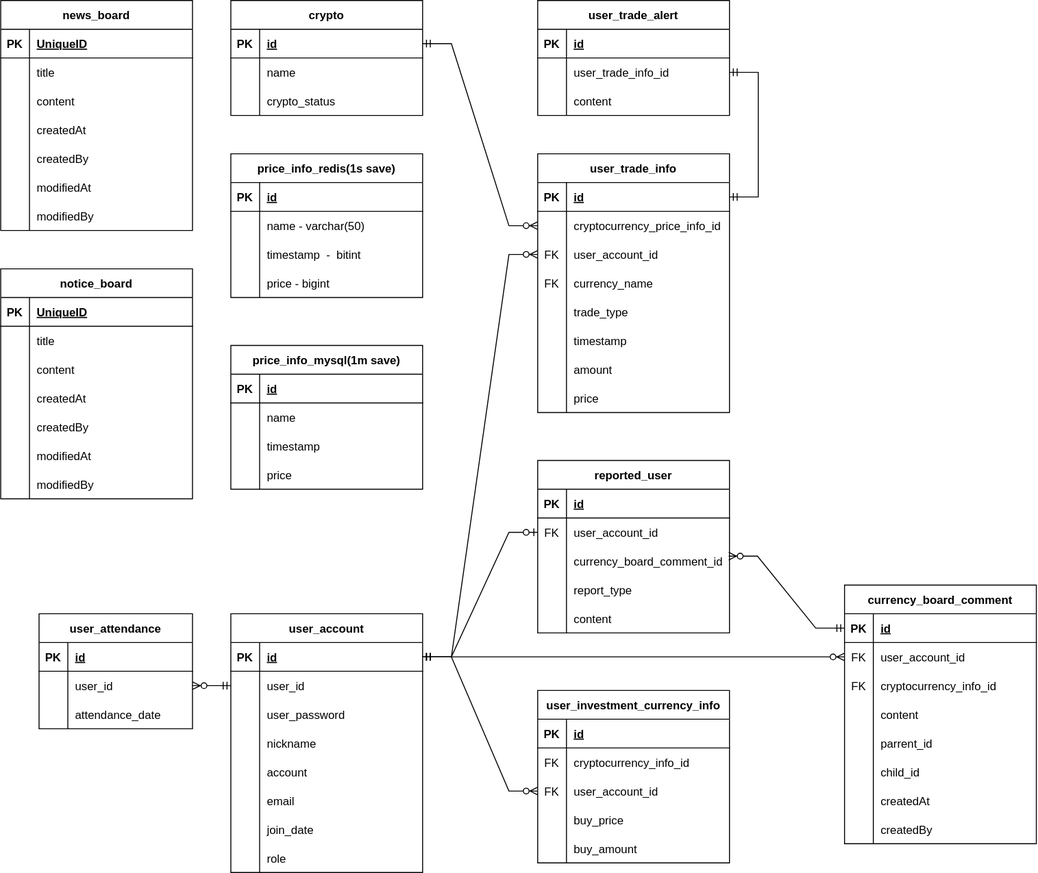
Earlier version of the draw.io export document/erd.svg (O0oO0Oo/Bitcoin-Simulated-Investment-BE). Source tidied: cells renumbered, new cells last; positions are measured from the earlier drawing's top-left corner, leaving out a move shared by most shapes.
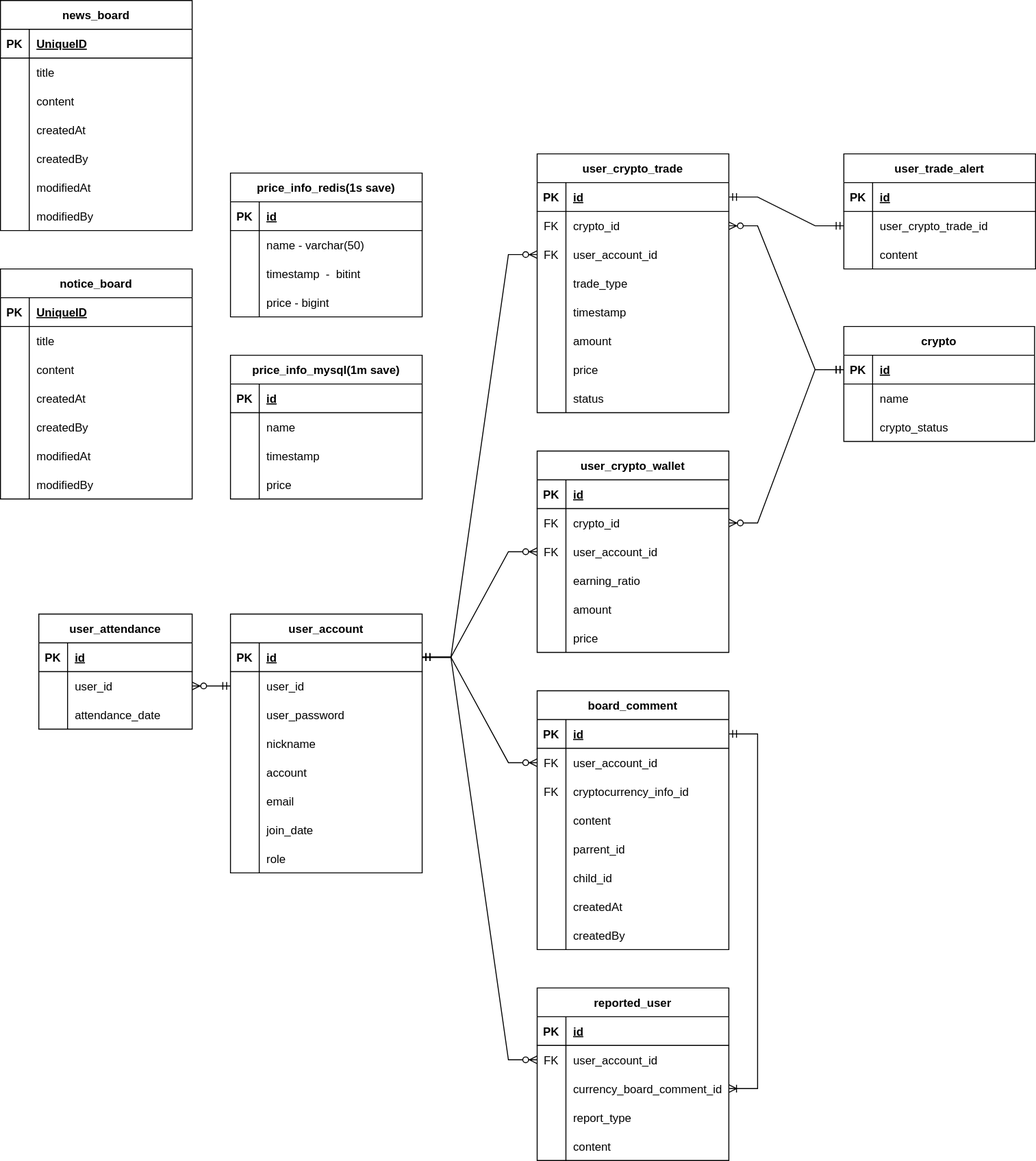
The same diagram one commit later.

What changed in the source:
```diff
@@ -79,4 +79,4 @@
     </mxCell>
-    <mxCell id="27" value="currency_board_comment" style="shape=table;startSize=30;rowLines=0;fontStyle=1;align=center;" parent="1" vertex="1">
-      <mxGeometry x="880" y="610" width="200" height="270" as="geometry" />
+    <mxCell id="27" value="board_comment" style="shape=table;startSize=30;rowLines=0;fontStyle=1;align=center;" parent="1" vertex="1">
+      <mxGeometry x="560" y="720" width="200" height="270" as="geometry" />
     </mxCell>
@@ -287,3 +287,3 @@
     <mxCell id="96" value="price_info_mysql(1m save)" style="shape=table;startSize=30;rowLines=0;fontStyle=1;align=center;" parent="1" vertex="1">
-      <mxGeometry x="240" y="360" width="200" height="150" as="geometry" />
+      <mxGeometry x="240" y="370" width="200" height="150" as="geometry" />
     </mxCell>
@@ -325,52 +325,4 @@
     </mxCell>
-    <mxCell id="109" value="user_investment_currency_info" style="shape=table;startSize=30;rowLines=0;fontStyle=1;align=center;" parent="1" vertex="1">
-      <mxGeometry x="560" y="720" width="200" height="180" as="geometry" />
-    </mxCell>
-    <mxCell id="110" style="shape=tableRow;horizontal=0;startSize=0;swimlaneHead=0;swimlaneBody=0;fillColor=none;top=0;left=0;right=0;bottom=1;" parent="109" vertex="1">
-      <mxGeometry y="30" width="200" height="30" as="geometry" />
-    </mxCell>
-    <mxCell id="111" value="PK" style="shape=partialRectangle;fillColor=none;top=0;left=0;bottom=0;right=0;fontStyle=1;overflow=hidden;" parent="110" vertex="1">
-      <mxGeometry width="30" height="30" as="geometry" />
-    </mxCell>
-    <mxCell id="112" value="id" style="shape=partialRectangle;fillColor=none;top=0;left=0;bottom=0;right=0;align=left;spacingLeft=6;fontStyle=5;overflow=hidden;" parent="110" vertex="1">
-      <mxGeometry x="30" width="170" height="30" as="geometry" />
-    </mxCell>
-    <mxCell id="113" style="shape=tableRow;horizontal=0;startSize=0;swimlaneHead=0;swimlaneBody=0;fillColor=none;points=[[0,0.5],[1,0.5]];portConstraint=eastwest;top=0;left=0;right=0;bottom=0;" parent="109" vertex="1">
-      <mxGeometry y="60" width="200" height="30" as="geometry" />
-    </mxCell>
-    <mxCell id="114" value="FK" style="shape=partialRectangle;fillColor=none;top=0;left=0;bottom=0;right=0;overflow=hidden;" parent="113" vertex="1">
-      <mxGeometry width="30" height="30" as="geometry" />
-    </mxCell>
-    <mxCell id="115" value="cryptocurrency_info_id" style="shape=partialRectangle;fillColor=none;top=0;left=0;bottom=0;right=0;align=left;spacingLeft=6;overflow=hidden;" parent="113" vertex="1">
-      <mxGeometry x="30" width="170" height="30" as="geometry" />
-    </mxCell>
-    <mxCell id="116" style="shape=tableRow;horizontal=0;startSize=0;swimlaneHead=0;swimlaneBody=0;fillColor=none;points=[[0,0.5],[1,0.5]];portConstraint=eastwest;top=0;left=0;right=0;bottom=0;" parent="109" vertex="1">
-      <mxGeometry y="90" width="200" height="30" as="geometry" />
-    </mxCell>
-    <mxCell id="117" value="FK" style="shape=partialRectangle;fillColor=none;top=0;left=0;bottom=0;right=0;overflow=hidden;" parent="116" vertex="1">
-      <mxGeometry width="30" height="30" as="geometry" />
-    </mxCell>
-    <mxCell id="118" value="user_account_id" style="shape=partialRectangle;fillColor=none;top=0;left=0;bottom=0;right=0;align=left;spacingLeft=6;overflow=hidden;" parent="116" vertex="1">
-      <mxGeometry x="30" width="170" height="30" as="geometry" />
-    </mxCell>
-    <mxCell id="119" style="shape=tableRow;horizontal=0;startSize=0;swimlaneHead=0;swimlaneBody=0;fillColor=none;top=0;left=0;right=0;bottom=0;" parent="109" vertex="1">
-      <mxGeometry y="120" width="200" height="30" as="geometry" />
-    </mxCell>
-    <mxCell id="120" style="shape=partialRectangle;fillColor=none;top=0;left=0;bottom=0;right=0;overflow=hidden;" parent="119" vertex="1">
-      <mxGeometry width="30" height="30" as="geometry" />
-    </mxCell>
-    <mxCell id="121" value="buy_price" style="shape=partialRectangle;fillColor=none;top=0;left=0;bottom=0;right=0;align=left;spacingLeft=6;overflow=hidden;" parent="119" vertex="1">
-      <mxGeometry x="30" width="170" height="30" as="geometry" />
-    </mxCell>
-    <mxCell id="122" style="shape=tableRow;horizontal=0;startSize=0;swimlaneHead=0;swimlaneBody=0;fillColor=none;top=0;left=0;right=0;bottom=0;" parent="109" vertex="1">
-      <mxGeometry y="150" width="200" height="30" as="geometry" />
-    </mxCell>
-    <mxCell id="123" style="shape=partialRectangle;fillColor=none;top=0;left=0;bottom=0;right=0;overflow=hidden;" parent="122" vertex="1">
-      <mxGeometry width="30" height="30" as="geometry" />
-    </mxCell>
-    <mxCell id="124" value="buy_amount" style="shape=partialRectangle;fillColor=none;top=0;left=0;bottom=0;right=0;align=left;spacingLeft=6;overflow=hidden;" parent="122" vertex="1">
-      <mxGeometry x="30" width="170" height="30" as="geometry" />
-    </mxCell>
     <mxCell id="125" value="reported_user" style="shape=table;startSize=30;rowLines=0;fontStyle=1;align=center;" parent="1" vertex="1">
-      <mxGeometry x="560" y="480" width="200" height="180" as="geometry" />
+      <mxGeometry x="560" y="1030" width="200" height="180" as="geometry" />
     </mxCell>
@@ -421,3 +373,3 @@
     </mxCell>
-    <mxCell id="141" value="user_trade_info" style="shape=table;startSize=30;rowLines=0;fontStyle=1;align=center;" parent="1" vertex="1">
+    <mxCell id="141" value="user_crypto_trade" style="shape=table;startSize=30;rowLines=0;fontStyle=1;align=center;" parent="1" vertex="1">
       <mxGeometry x="560" y="160" width="200" height="270" as="geometry" />
@@ -436,6 +388,6 @@
     </mxCell>
-    <mxCell id="146" style="shape=partialRectangle;fillColor=none;top=0;left=0;bottom=0;right=0;overflow=hidden;" parent="145" vertex="1">
+    <mxCell id="146" value="FK" style="shape=partialRectangle;fillColor=none;top=0;left=0;bottom=0;right=0;overflow=hidden;" parent="145" vertex="1">
       <mxGeometry width="30" height="30" as="geometry" />
     </mxCell>
-    <mxCell id="147" value="cryptocurrency_price_info_id" style="shape=partialRectangle;fillColor=none;top=0;left=0;bottom=0;right=0;align=left;spacingLeft=6;overflow=hidden;" parent="145" vertex="1">
+    <mxCell id="147" value="crypto_id" style="shape=partialRectangle;fillColor=none;top=0;left=0;bottom=0;right=0;align=left;spacingLeft=6;overflow=hidden;" parent="145" vertex="1">
       <mxGeometry x="30" width="170" height="30" as="geometry" />
@@ -451,13 +403,4 @@
     </mxCell>
-    <mxCell id="151" style="shape=tableRow;horizontal=0;startSize=0;swimlaneHead=0;swimlaneBody=0;fillColor=none;top=0;left=0;right=0;bottom=0;" parent="141" vertex="1">
-      <mxGeometry y="120" width="200" height="30" as="geometry" />
-    </mxCell>
-    <mxCell id="152" value="FK" style="shape=partialRectangle;fillColor=none;top=0;left=0;bottom=0;right=0;overflow=hidden;" parent="151" vertex="1">
-      <mxGeometry width="30" height="30" as="geometry" />
-    </mxCell>
-    <mxCell id="153" value="currency_name" style="shape=partialRectangle;fillColor=none;top=0;left=0;bottom=0;right=0;align=left;spacingLeft=6;overflow=hidden;" parent="151" vertex="1">
-      <mxGeometry x="30" width="170" height="30" as="geometry" />
-    </mxCell>
     <mxCell id="154" style="shape=tableRow;horizontal=0;startSize=0;swimlaneHead=0;swimlaneBody=0;fillColor=none;top=0;left=0;right=0;bottom=0;" parent="141" vertex="1">
-      <mxGeometry y="150" width="200" height="30" as="geometry" />
+      <mxGeometry y="120" width="200" height="30" as="geometry" />
     </mxCell>
@@ -470,3 +413,3 @@
     <mxCell id="157" style="shape=tableRow;horizontal=0;startSize=0;swimlaneHead=0;swimlaneBody=0;fillColor=none;top=0;left=0;right=0;bottom=0;" parent="141" vertex="1">
-      <mxGeometry y="180" width="200" height="30" as="geometry" />
+      <mxGeometry y="150" width="200" height="30" as="geometry" />
     </mxCell>
@@ -479,3 +422,3 @@
     <mxCell id="160" style="shape=tableRow;horizontal=0;startSize=0;swimlaneHead=0;swimlaneBody=0;fillColor=none;top=0;left=0;right=0;bottom=0;" parent="141" vertex="1">
-      <mxGeometry y="210" width="200" height="30" as="geometry" />
+      <mxGeometry y="180" width="200" height="30" as="geometry" />
     </mxCell>
@@ -488,3 +431,3 @@
     <mxCell id="163" style="shape=tableRow;horizontal=0;startSize=0;swimlaneHead=0;swimlaneBody=0;fillColor=none;top=0;left=0;right=0;bottom=0;" parent="141" vertex="1">
-      <mxGeometry y="240" width="200" height="30" as="geometry" />
+      <mxGeometry y="210" width="200" height="30" as="geometry" />
     </mxCell>
@@ -496,2 +439,11 @@
     </mxCell>
+    <mxCell id="218" style="shape=tableRow;horizontal=0;startSize=0;swimlaneHead=0;swimlaneBody=0;fillColor=none;top=0;left=0;right=0;bottom=0;" parent="141" vertex="1">
+      <mxGeometry y="240" width="200" height="30" as="geometry" />
+    </mxCell>
+    <mxCell id="219" style="shape=partialRectangle;fillColor=none;top=0;left=0;bottom=0;right=0;overflow=hidden;" parent="218" vertex="1">
+      <mxGeometry width="30" height="30" as="geometry" />
+    </mxCell>
+    <mxCell id="220" value="status" style="shape=partialRectangle;fillColor=none;top=0;left=0;bottom=0;right=0;align=left;spacingLeft=6;overflow=hidden;" parent="218" vertex="1">
+      <mxGeometry x="30" width="170" height="30" as="geometry" />
+    </mxCell>
     <mxCell id="166" style="edgeStyle=orthogonalEdgeStyle;rounded=0;orthogonalLoop=1;jettySize=auto;html=1;exitX=1;exitY=0.5;exitDx=0;exitDy=0;" parent="141" edge="1" source="148" target="148">
@@ -505,13 +457,4 @@
     </mxCell>
-    <mxCell id="169" style="edgeStyle=entityRelationEdgeStyle;fontSize=12;html=1;endArrow=ERzeroToMany;startArrow=ERmandOne;rounded=0;exitX=1;exitY=0.5;exitDx=0;exitDy=0;entryX=0;entryY=0.5;entryDx=0;entryDy=0;" parent="1" edge="1" source="3" target="116">
-      <mxGeometry relative="1" as="geometry" />
-    </mxCell>
-    <mxCell id="170" style="edgeStyle=entityRelationEdgeStyle;fontSize=12;html=1;endArrow=ERzeroToOne;startArrow=ERmandOne;rounded=0;exitX=1;exitY=0.5;exitDx=0;exitDy=0;" parent="1" edge="1" source="3" target="129">
-      <mxGeometry relative="1" as="geometry" />
-    </mxCell>
-    <mxCell id="171" style="edgeStyle=entityRelationEdgeStyle;fontSize=12;html=1;endArrow=ERzeroToMany;startArrow=ERmandOne;rounded=0;exitX=0;exitY=0.5;exitDx=0;exitDy=0;entryX=0.996;entryY=0.329;entryDx=0;entryDy=0;entryPerimeter=0;" parent="1" edge="1" source="28" target="132">
-      <mxGeometry relative="1" as="geometry" />
-    </mxCell>
     <mxCell id="172" value="price_info_redis(1s save)" style="shape=table;startSize=30;rowLines=0;fontStyle=1;align=center;" parent="1" vertex="1">
-      <mxGeometry x="240" y="160" width="200" height="150" as="geometry" />
+      <mxGeometry x="240" y="180" width="200" height="150" as="geometry" />
     </mxCell>
@@ -554,3 +497,3 @@
     <mxCell id="185" value="user_trade_alert" style="shape=table;startSize=30;rowLines=0;fontStyle=1;align=center;" parent="1" vertex="1">
-      <mxGeometry x="560" width="200" height="120" as="geometry" />
+      <mxGeometry x="880" y="160" width="200" height="120" as="geometry" />
     </mxCell>
@@ -571,3 +514,3 @@
     </mxCell>
-    <mxCell id="191" value="user_trade_info_id" style="shape=partialRectangle;fillColor=none;top=0;left=0;bottom=0;right=0;align=left;spacingLeft=6;overflow=hidden;" parent="189" vertex="1">
+    <mxCell id="191" value="user_crypto_trade_id" style="shape=partialRectangle;fillColor=none;top=0;left=0;bottom=0;right=0;align=left;spacingLeft=6;overflow=hidden;" parent="189" vertex="1">
       <mxGeometry x="30" width="170" height="30" as="geometry" />
@@ -587,6 +530,6 @@
     <mxCell id="196" value="crypto" style="shape=table;startSize=30;rowLines=0;fontStyle=1;align=center;" parent="1" vertex="1">
-      <mxGeometry x="240" width="200" height="120" as="geometry" />
+      <mxGeometry x="880" y="340" width="199" height="120" as="geometry" />
     </mxCell>
     <mxCell id="197" style="shape=tableRow;horizontal=0;startSize=0;swimlaneHead=0;swimlaneBody=0;fillColor=none;points=[[0,0.5],[1,0.5]];portConstraint=eastwest;top=0;left=0;right=0;bottom=1;" parent="196" vertex="1">
-      <mxGeometry y="30" width="200" height="30" as="geometry" />
+      <mxGeometry y="30" width="199" height="30" as="geometry" />
     </mxCell>
@@ -596,6 +539,6 @@
     <mxCell id="199" value="id" style="shape=partialRectangle;fillColor=none;top=0;left=0;bottom=0;right=0;align=left;spacingLeft=6;fontStyle=5;overflow=hidden;" parent="197" vertex="1">
-      <mxGeometry x="30" width="170" height="30" as="geometry" />
+      <mxGeometry x="30" width="169" height="30" as="geometry" />
     </mxCell>
     <mxCell id="200" style="shape=tableRow;horizontal=0;startSize=0;swimlaneHead=0;swimlaneBody=0;fillColor=none;top=0;left=0;right=0;bottom=0;" parent="196" vertex="1">
-      <mxGeometry y="60" width="200" height="30" as="geometry" />
+      <mxGeometry y="60" width="199" height="30" as="geometry" />
     </mxCell>
@@ -605,6 +548,6 @@
     <mxCell id="202" value="name" style="shape=partialRectangle;fillColor=none;top=0;left=0;bottom=0;right=0;align=left;spacingLeft=6;overflow=hidden;" parent="200" vertex="1">
-      <mxGeometry x="30" width="170" height="30" as="geometry" />
+      <mxGeometry x="30" width="169" height="30" as="geometry" />
     </mxCell>
     <mxCell id="203" style="shape=tableRow;horizontal=0;startSize=0;swimlaneHead=0;swimlaneBody=0;fillColor=none;top=0;left=0;right=0;bottom=0;" parent="196" vertex="1">
-      <mxGeometry y="90" width="200" height="30" as="geometry" />
+      <mxGeometry y="90" width="199" height="30" as="geometry" />
     </mxCell>
@@ -614,5 +557,5 @@
     <mxCell id="205" value="crypto_status" style="shape=partialRectangle;fillColor=none;top=0;left=0;bottom=0;right=0;align=left;spacingLeft=6;overflow=hidden;" parent="203" vertex="1">
-      <mxGeometry x="30" width="170" height="30" as="geometry" />
+      <mxGeometry x="30" width="169" height="30" as="geometry" />
     </mxCell>
-    <mxCell id="206" style="edgeStyle=entityRelationEdgeStyle;fontSize=12;html=1;endArrow=ERzeroToMany;startArrow=ERmandOne;rounded=0;exitX=1;exitY=0.5;exitDx=0;exitDy=0;" parent="1" edge="1" source="197" target="145">
+    <mxCell id="206" style="edgeStyle=entityRelationEdgeStyle;fontSize=12;html=1;endArrow=ERzeroToMany;startArrow=ERmandOne;rounded=0;exitX=0;exitY=0.5;exitDx=0;exitDy=0;" parent="1" edge="1" source="197" target="145">
       <mxGeometry relative="1" as="geometry" />
@@ -652,2 +595,74 @@
     </mxCell>
+    <mxCell id="221" value="user_crypto_wallet" style="shape=table;startSize=30;rowLines=0;fontStyle=1;align=center;" parent="1" vertex="1">
+      <mxGeometry x="560" y="470" width="200" height="210" as="geometry" />
+    </mxCell>
+    <mxCell id="110" style="shape=tableRow;horizontal=0;startSize=0;swimlaneHead=0;swimlaneBody=0;fillColor=none;top=0;left=0;right=0;bottom=1;" parent="221" vertex="1">
+      <mxGeometry y="30" width="200" height="30" as="geometry" />
+    </mxCell>
+    <mxCell id="111" value="PK" style="shape=partialRectangle;fillColor=none;top=0;left=0;bottom=0;right=0;fontStyle=1;overflow=hidden;" parent="110" vertex="1">
+      <mxGeometry width="30" height="30" as="geometry" />
+    </mxCell>
+    <mxCell id="112" value="id" style="shape=partialRectangle;fillColor=none;top=0;left=0;bottom=0;right=0;align=left;spacingLeft=6;fontStyle=5;overflow=hidden;" parent="110" vertex="1">
+      <mxGeometry x="30" width="170" height="30" as="geometry" />
+    </mxCell>
+    <mxCell id="113" style="shape=tableRow;horizontal=0;startSize=0;swimlaneHead=0;swimlaneBody=0;fillColor=none;points=[[0,0.5],[1,0.5]];portConstraint=eastwest;top=0;left=0;right=0;bottom=0;" parent="221" vertex="1">
+      <mxGeometry y="60" width="200" height="30" as="geometry" />
+    </mxCell>
+    <mxCell id="222" value="FK" style="shape=partialRectangle;fillColor=none;top=0;left=0;bottom=0;right=0;overflow=hidden;" parent="113" vertex="1">
+      <mxGeometry width="30" height="30" as="geometry" />
+    </mxCell>
+    <mxCell id="223" value="crypto_id" style="shape=partialRectangle;fillColor=none;top=0;left=0;bottom=0;right=0;align=left;spacingLeft=6;overflow=hidden;" parent="113" vertex="1">
+      <mxGeometry x="30" width="170" height="30" as="geometry" />
+    </mxCell>
+    <mxCell id="116" style="shape=tableRow;horizontal=0;startSize=0;swimlaneHead=0;swimlaneBody=0;fillColor=none;points=[[0,0.5],[1,0.5]];portConstraint=eastwest;top=0;left=0;right=0;bottom=0;" parent="221" vertex="1">
+      <mxGeometry y="90" width="200" height="30" as="geometry" />
+    </mxCell>
+    <mxCell id="224" value="FK" style="shape=partialRectangle;fillColor=none;top=0;left=0;bottom=0;right=0;overflow=hidden;" parent="116" vertex="1">
+      <mxGeometry width="30" height="30" as="geometry" />
+    </mxCell>
+    <mxCell id="118" value="user_account_id" style="shape=partialRectangle;fillColor=none;top=0;left=0;bottom=0;right=0;align=left;spacingLeft=6;overflow=hidden;" parent="116" vertex="1">
+      <mxGeometry x="30" width="170" height="30" as="geometry" />
+    </mxCell>
+    <mxCell id="225" style="shape=tableRow;horizontal=0;startSize=0;swimlaneHead=0;swimlaneBody=0;fillColor=none;top=0;left=0;right=0;bottom=0;" parent="221" vertex="1">
+      <mxGeometry y="120" width="200" height="30" as="geometry" />
+    </mxCell>
+    <mxCell id="226" style="shape=partialRectangle;fillColor=none;top=0;left=0;bottom=0;right=0;overflow=hidden;" parent="225" vertex="1">
+      <mxGeometry width="30" height="30" as="geometry" />
+    </mxCell>
+    <mxCell id="227" value="earning_ratio" style="shape=partialRectangle;fillColor=none;top=0;left=0;bottom=0;right=0;align=left;spacingLeft=6;overflow=hidden;" parent="225" vertex="1">
+      <mxGeometry x="30" width="170" height="30" as="geometry" />
+    </mxCell>
+    <mxCell id="122" style="shape=tableRow;horizontal=0;startSize=0;swimlaneHead=0;swimlaneBody=0;fillColor=none;top=0;left=0;right=0;bottom=0;" parent="221" vertex="1">
+      <mxGeometry y="150" width="200" height="30" as="geometry" />
+    </mxCell>
+    <mxCell id="228" style="shape=partialRectangle;fillColor=none;top=0;left=0;bottom=0;right=0;overflow=hidden;" parent="122" vertex="1">
+      <mxGeometry width="30" height="30" as="geometry" />
+    </mxCell>
+    <mxCell id="229" value="amount" style="shape=partialRectangle;fillColor=none;top=0;left=0;bottom=0;right=0;align=left;spacingLeft=6;overflow=hidden;" parent="122" vertex="1">
+      <mxGeometry x="30" width="170" height="30" as="geometry" />
+    </mxCell>
+    <mxCell id="230" style="shape=tableRow;horizontal=0;startSize=0;swimlaneHead=0;swimlaneBody=0;fillColor=none;top=0;left=0;right=0;bottom=0;" parent="221" vertex="1">
+      <mxGeometry y="180" width="200" height="30" as="geometry" />
+    </mxCell>
+    <mxCell id="231" style="shape=partialRectangle;fillColor=none;top=0;left=0;bottom=0;right=0;overflow=hidden;" parent="230" vertex="1">
+      <mxGeometry width="30" height="30" as="geometry" />
+    </mxCell>
+    <mxCell id="232" value="price" style="shape=partialRectangle;fillColor=none;top=0;left=0;bottom=0;right=0;align=left;spacingLeft=6;overflow=hidden;" parent="230" vertex="1">
+      <mxGeometry x="30" width="170" height="30" as="geometry" />
+    </mxCell>
+    <mxCell id="233" style="edgeStyle=orthogonalEdgeStyle;rounded=0;orthogonalLoop=1;jettySize=auto;html=1;exitX=1;exitY=0.5;exitDx=0;exitDy=0;" parent="221" edge="1" source="116" target="116">
+      <mxGeometry relative="1" as="geometry" />
+    </mxCell>
+    <mxCell id="234" style="edgeStyle=entityRelationEdgeStyle;fontSize=12;html=1;endArrow=ERzeroToMany;startArrow=ERmandOne;rounded=0;exitX=0;exitY=0.5;exitDx=0;exitDy=0;entryX=1;entryY=0.5;entryDx=0;entryDy=0;" parent="1" edge="1" source="197" target="113">
+      <mxGeometry relative="1" as="geometry" />
+    </mxCell>
+    <mxCell id="169" style="edgeStyle=entityRelationEdgeStyle;fontSize=12;html=1;endArrow=ERzeroToMany;startArrow=ERmandOne;rounded=0;exitX=1;exitY=0.5;exitDx=0;exitDy=0;entryX=0;entryY=0.5;entryDx=0;entryDy=0;" parent="1" edge="1" source="3" target="116">
+      <mxGeometry relative="1" as="geometry" />
+    </mxCell>
+    <mxCell id="170" style="edgeStyle=entityRelationEdgeStyle;fontSize=12;html=1;endArrow=ERzeroToMany;startArrow=ERmandOne;rounded=0;exitX=1;exitY=0.5;exitDx=0;exitDy=0;entryX=0;entryY=0.5;entryDx=0;entryDy=0;" parent="1" edge="1" source="3" target="129">
+      <mxGeometry relative="1" as="geometry" />
+    </mxCell>
+    <mxCell id="171" style="edgeStyle=entityRelationEdgeStyle;fontSize=12;html=1;endArrow=ERoneToMany;startArrow=ERmandOne;rounded=0;entryX=1;entryY=0.5;entryDx=0;entryDy=0;" parent="1" edge="1" source="28" target="132">
+      <mxGeometry relative="1" as="geometry" />
+    </mxCell>
   </root>
```
